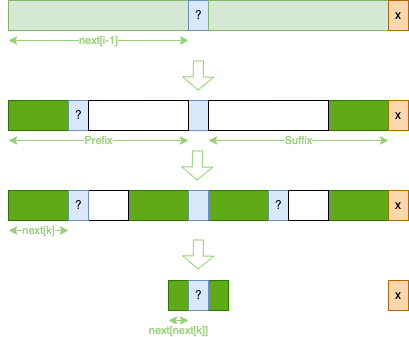
fastzhong/mth252 keeps this draw.io diagram as images/kmp2.png. Above is the earlier version. Source tidied: cells renumbered, new cells last; positions are measured from the earlier drawing's top-left corner, leaving out a move shared by most shapes.
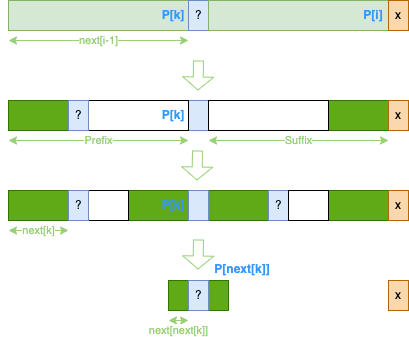
Later version of the same file.

The edit, as a diff of the source:
```diff
@@ -5,9 +5,6 @@
     <mxCell id="2" style="rounded=0;whiteSpace=wrap;html=1;fillColor=#60a917;strokeColor=#2D7600;fontColor=#ffffff;" parent="1" vertex="1">
       <mxGeometry y="100" width="60" height="30" as="geometry" />
     </mxCell>
-    <mxCell id="3" value="?" style="rounded=0;whiteSpace=wrap;html=1;fillColor=#dae8fc;strokeColor=#6c8ebf;" parent="1" vertex="1">
-      <mxGeometry x="60" y="100" width="20" height="30" as="geometry" />
-    </mxCell>
     <mxCell id="4" style="rounded=0;whiteSpace=wrap;html=1;fillColor=#dae8fc;strokeColor=#6c8ebf;" parent="1" vertex="1">
       <mxGeometry x="180" y="100" width="20" height="30" as="geometry" />
     </mxCell>
@@ -18,7 +15,7 @@
       <mxGeometry x="320" y="100" width="60" height="30" as="geometry" />
     </mxCell>
     <mxCell id="7" style="rounded=0;whiteSpace=wrap;html=1;" parent="1" vertex="1">
-      <mxGeometry x="80" y="100" width="100" height="30" as="geometry" />
+      <mxGeometry x="60" y="100" width="120" height="30" as="geometry" />
     </mxCell>
     <mxCell id="8" value="?" style="rounded=0;whiteSpace=wrap;html=1;fillColor=#dae8fc;strokeColor=#6c8ebf;" parent="1" vertex="1">
       <mxGeometry x="180" width="20" height="30" as="geometry" />
@@ -122,5 +119,23 @@
         <mxPoint x="160" y="320" as="targetPoint" />
       </mxGeometry>
     </mxCell>
+    <mxCell id="34" value="P[i]" style="text;html=1;strokeColor=none;fillColor=none;align=center;verticalAlign=middle;whiteSpace=wrap;rounded=0;fontStyle=1;fontColor=#3399FF;" parent="1" vertex="1">
+      <mxGeometry x="350" width="30" height="30" as="geometry" />
+    </mxCell>
+    <mxCell id="35" value="P[k]" style="text;html=1;strokeColor=none;fillColor=none;align=center;verticalAlign=middle;whiteSpace=wrap;rounded=0;fontStyle=1;fontColor=#3399FF;" parent="1" vertex="1">
+      <mxGeometry x="150" y="190" width="30" height="30" as="geometry" />
+    </mxCell>
+    <mxCell id="3" value="?" style="rounded=0;whiteSpace=wrap;html=1;fillColor=#dae8fc;strokeColor=#6c8ebf;" parent="1" vertex="1">
+      <mxGeometry x="60" y="100" width="20" height="30" as="geometry" />
+    </mxCell>
+    <mxCell id="36" value="P[k]" style="text;html=1;strokeColor=none;fillColor=none;align=center;verticalAlign=middle;whiteSpace=wrap;rounded=0;fontStyle=1;fontColor=#3399FF;" parent="1" vertex="1">
+      <mxGeometry x="150" width="30" height="30" as="geometry" />
+    </mxCell>
+    <mxCell id="37" value="P[k]" style="text;html=1;strokeColor=none;fillColor=none;align=center;verticalAlign=middle;whiteSpace=wrap;rounded=0;fontStyle=1;fontColor=#3399FF;" parent="1" vertex="1">
+      <mxGeometry x="150" y="100" width="30" height="30" as="geometry" />
+    </mxCell>
+    <mxCell id="38" value="P[next[k]]" style="text;html=1;strokeColor=none;fillColor=none;align=center;verticalAlign=middle;whiteSpace=wrap;rounded=0;fontStyle=1;fontColor=#3399FF;" parent="1" vertex="1">
+      <mxGeometry x="219" y="254" width="30" height="30" as="geometry" />
+    </mxCell>
   </root>
 </mxGraphModel>
```
